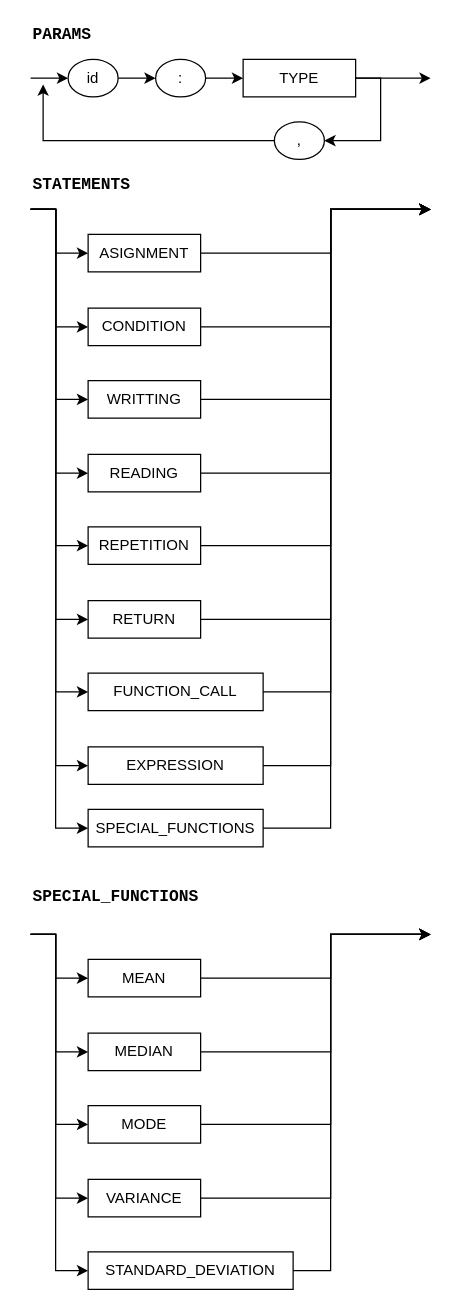
The draw.io diagram page "Page-2" (2 of 4) of documentacion/diagramasGramaticaMaps.drawio in RCH010/manchas, before the edit. Source tidied: cells renumbered, new cells numbered last; positions are measured from the earlier drawing's top-left corner, leaving out a move shared by most shapes. Both pictures are drawn from the tidied source at 125%, with x=0, y=0 at pixel (30, 21).
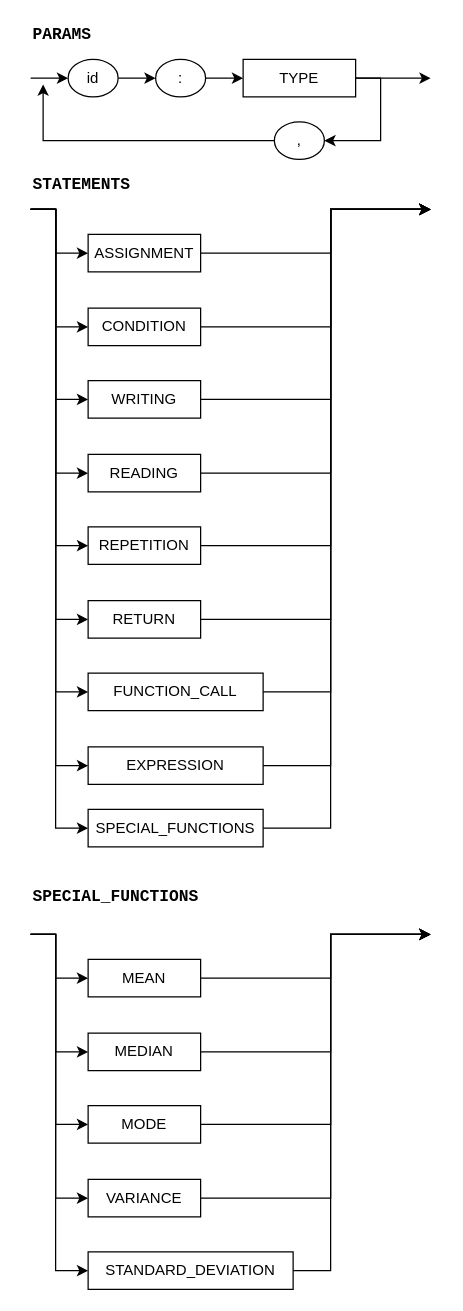
The same page after the edit.

Change to the diagram source:
```diff
@@
-    <mxCell id="3" value="ASIGNMENT" style="whiteSpace=wrap;html=1;" parent="1" vertex="1">
+    <mxCell id="3" value="ASSIGNMENT" style="whiteSpace=wrap;html=1;" parent="1" vertex="1">
       <mxGeometry x="46" y="170" width="90" height="30" as="geometry" />
     </mxCell>
@@
-    <mxCell id="16" value="WRITTING" style="whiteSpace=wrap;html=1;" parent="1" vertex="1">
+    <mxCell id="16" value="WRITING" style="whiteSpace=wrap;html=1;" parent="1" vertex="1">
       <mxGeometry x="46" y="287" width="90" height="30" as="geometry" />
     </mxCell>
```
